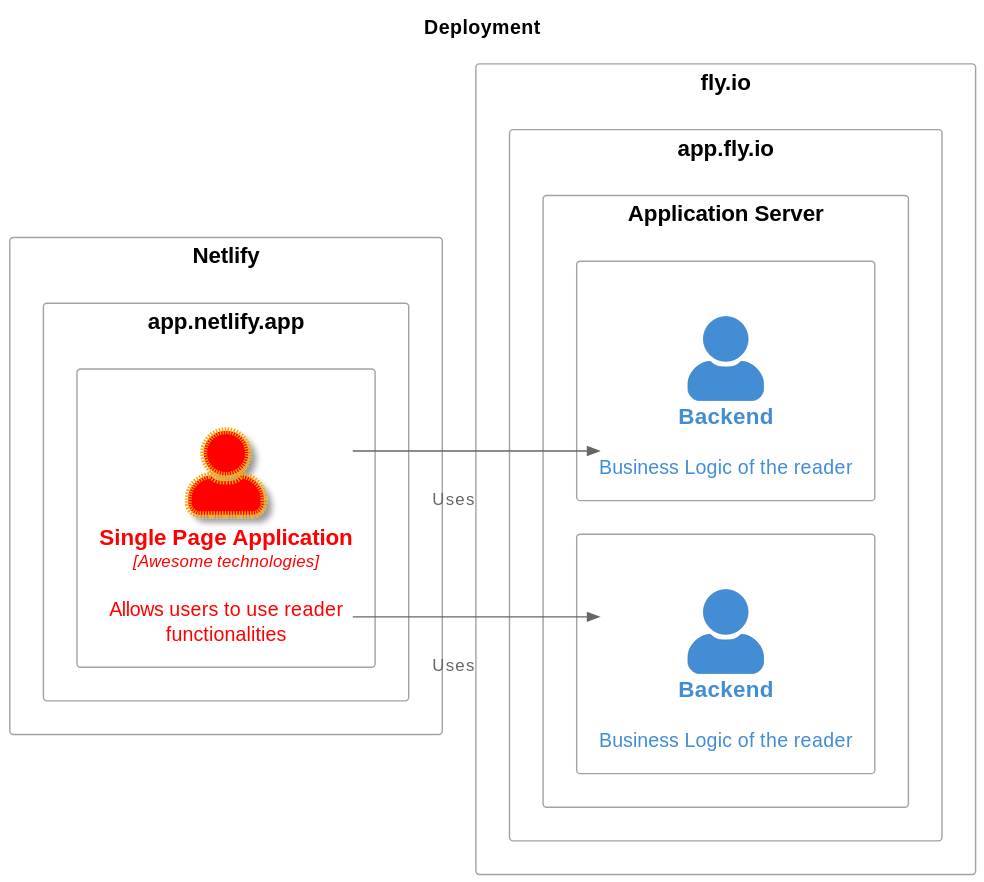
vitalegi/archi keeps this PlantUML diagram as examples/simple-webapp/output/deployment.svg. Above is the earlier version. Its source is kept beside it as examples/simple-webapp/output/deployment.puml. Source of this version:
```plantuml
@startuml
set separator none
skinparam linetype ortho
skinparam nodesep 10
skinparam ranksep 150
left to right direction
title Deployment
!include <C4/C4>
!include <C4/C4_Context>
!include <C4/C4_Container>
!include <C4/C4_Deployment>
AddElementTag("HighlightedElement", $bgColor="red", $fontColor="black", $borderColor="orange", $shadowing="true", $shape="RoundedBox", $sprite="", $techn="Awesome technologies", $legendText="Awesome element", $legendSprite="", $borderStyle="DOTTED", $borderThickness="5")
AddRelTag("HighlightedRelation", $textColor="red", $lineColor="red", $lineStyle="DOTTED", $sprite="", $techn="", $legendText="Awesome relation", $legendSprite="", $lineThickness="2")
Deployment_Node(DeploymentNode_netlify, Netlify, $type="", $descr="", $sprite="", $tags="", $link="") {
Deployment_Node(DeploymentNode_app_netlify_app, app.netlify.app, $type="", $descr="", $sprite="", $tags="", $link="") {
    Deployment_Node(ContainerInstance_auto_409e01d1_1f45_480f_b5b3_db98896a264a, , $type="", $descr="", $sprite="", $tags="", $link="") {
        Container($alias="Container_reader_frontend", $label="Single Page Application", $techn="", $descr="Allows users to use reader functionalities", $sprite="", $tags="HighlightedElement", $link="", $baseShape="")
            }
        }
    }
Deployment_Node(DeploymentNode_auto_f9976b15_63d3_4a85_a3ac_d6f1830449cf, fly.io, $type="", $descr="", $sprite="", $tags="", $link="") {
Deployment_Node(DeploymentNode_app_fly_io, app.fly.io, $type="", $descr="", $sprite="", $tags="", $link="") {
    Deployment_Node(DeploymentNode_Application_Server, Application Server, $type="", $descr="", $sprite="", $tags="", $link="") {
        Deployment_Node(ContainerInstance_auto_e60f1099_f1fd_4ee8_a523_aa147fbea650, , $type="", $descr="", $sprite="", $tags="", $link="") {
            Container($alias="Container_reader_backend", $label="Backend", $techn="", $descr="Business Logic of the reader", $sprite="", $tags="", $link="", $baseShape="")
                }
            Deployment_Node(ContainerInstance_auto_de2564af_05a4_4886_b4c3_2b9e5c5035ce, , $type="", $descr="", $sprite="", $tags="", $link="") {
            Container($alias="Container_reader_backend_1", $label="Backend", $techn="", $descr="Business Logic of the reader", $sprite="", $tags="", $link="", $baseShape="")
                }
            }
        }
    }
Rel($from="Container_reader_frontend", $to="Container_reader_backend", $label="", $techn="", $descr="Uses", $sprite="", $tags="", $link="")
Rel($from="Container_reader_frontend", $to="Container_reader_backend_1", $label="", $techn="", $descr="Uses", $sprite="", $tags="", $link="")
hide stereotypes
@enduml
```
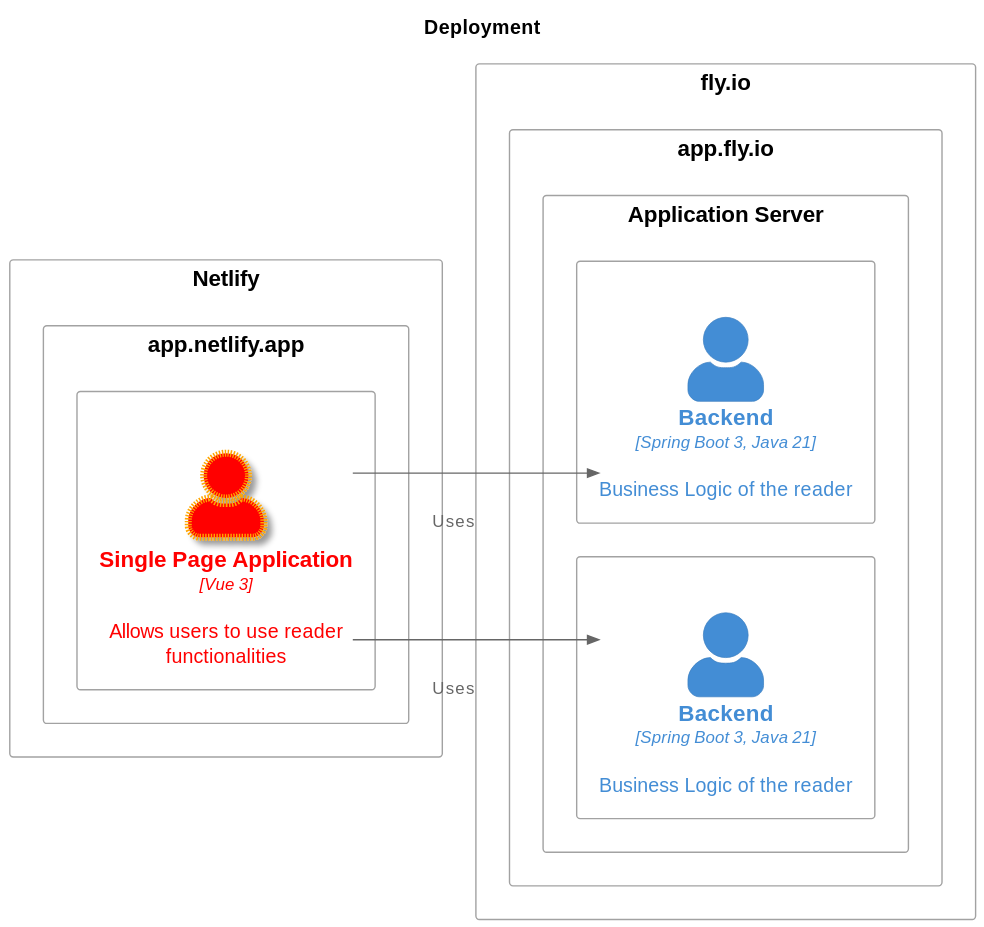
The same diagram one commit later.

The edit, as a diff of the source:
```diff
@@ -13,19 +13,19 @@
 AddRelTag("HighlightedRelation", $textColor="red", $lineColor="red", $lineStyle="DOTTED", $sprite="", $techn="", $legendText="Awesome relation", $legendSprite="", $lineThickness="2")
 Deployment_Node(DeploymentNode_netlify, Netlify, $type="", $descr="", $sprite="", $tags="", $link="") {
 Deployment_Node(DeploymentNode_app_netlify_app, app.netlify.app, $type="", $descr="", $sprite="", $tags="", $link="") {
-    Deployment_Node(ContainerInstance_auto_409e01d1_1f45_480f_b5b3_db98896a264a, , $type="", $descr="", $sprite="", $tags="", $link="") {
-        Container($alias="Container_reader_frontend", $label="Single Page Application", $techn="", $descr="Allows users to use reader functionalities", $sprite="", $tags="HighlightedElement", $link="", $baseShape="")
+    Deployment_Node(ContainerInstance_auto_49588e50_c3a9_45cb_bd29_2a1eecef5162, , $type="", $descr="", $sprite="", $tags="", $link="") {
+        Container($alias="Container_reader_frontend", $label="Single Page Application", $techn="Vue 3", $descr="Allows users to use reader functionalities", $sprite="", $tags="HighlightedElement", $link="", $baseShape="")
             }
         }
     }
-Deployment_Node(DeploymentNode_auto_f9976b15_63d3_4a85_a3ac_d6f1830449cf, fly.io, $type="", $descr="", $sprite="", $tags="", $link="") {
+Deployment_Node(DeploymentNode_auto_db1abced_21ec_4424_8c49_95a60b5101d8, fly.io, $type="", $descr="", $sprite="", $tags="", $link="") {
 Deployment_Node(DeploymentNode_app_fly_io, app.fly.io, $type="", $descr="", $sprite="", $tags="", $link="") {
     Deployment_Node(DeploymentNode_Application_Server, Application Server, $type="", $descr="", $sprite="", $tags="", $link="") {
-        Deployment_Node(ContainerInstance_auto_e60f1099_f1fd_4ee8_a523_aa147fbea650, , $type="", $descr="", $sprite="", $tags="", $link="") {
-            Container($alias="Container_reader_backend", $label="Backend", $techn="", $descr="Business Logic of the reader", $sprite="", $tags="", $link="", $baseShape="")
+        Deployment_Node(ContainerInstance_auto_6251a95c_9db1_4a74_8530_60d2eff7b360, , $type="", $descr="", $sprite="", $tags="", $link="") {
+            Container($alias="Container_reader_backend", $label="Backend", $techn="Spring Boot 3, Java 21", $descr="Business Logic of the reader", $sprite="", $tags="", $link="", $baseShape="")
                 }
-            Deployment_Node(ContainerInstance_auto_de2564af_05a4_4886_b4c3_2b9e5c5035ce, , $type="", $descr="", $sprite="", $tags="", $link="") {
-            Container($alias="Container_reader_backend_1", $label="Backend", $techn="", $descr="Business Logic of the reader", $sprite="", $tags="", $link="", $baseShape="")
+            Deployment_Node(ContainerInstance_auto_35756904_4d6c_4c3c_bfd6_06792ffa1cb3, , $type="", $descr="", $sprite="", $tags="", $link="") {
+            Container($alias="Container_reader_backend_1", $label="Backend", $techn="Spring Boot 3, Java 21", $descr="Business Logic of the reader", $sprite="", $tags="", $link="", $baseShape="")
                 }
             }
         }
```
